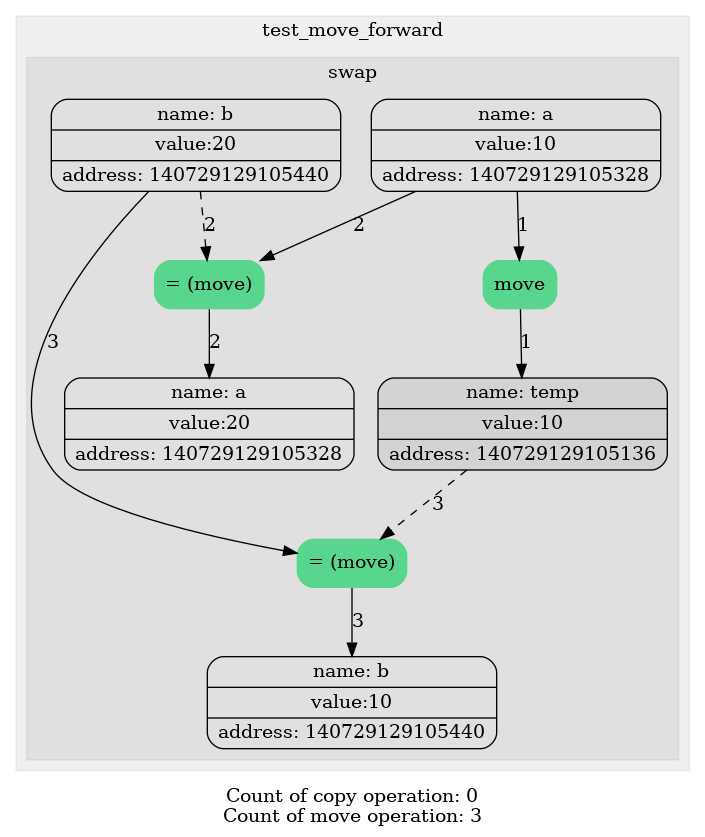
Above: diagrams/move_swap.png in levasemin/Move_Semantic (Graphviz), before the change. Its source is kept beside it as diagrams/move_swap.dot.
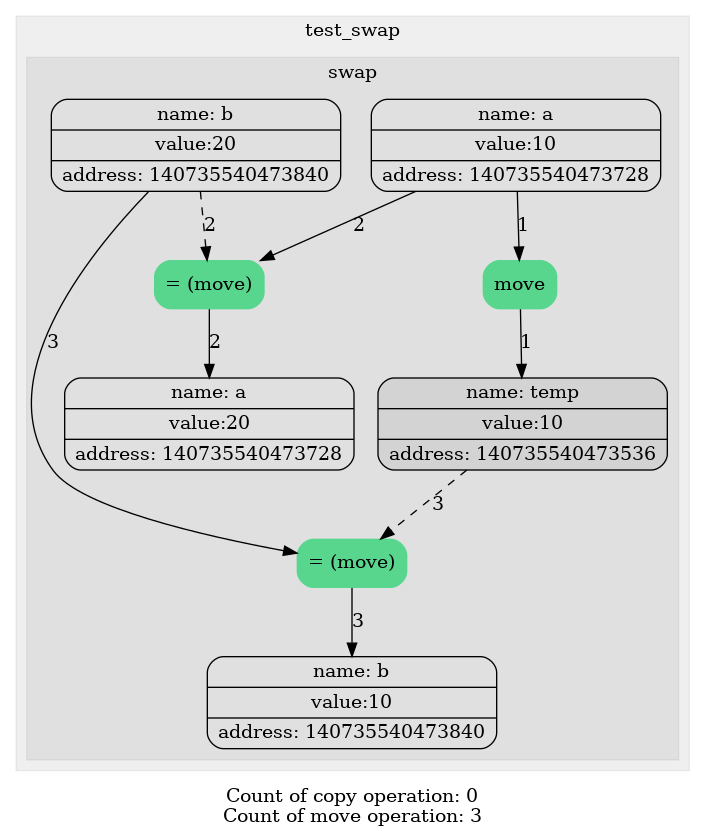
The same file after the commit.

The edit, as a diff of the source:
```diff
@@ -3,31 +3,31 @@
 node[shape=Mrecord];
 
 subgraph "cluster_0" {
-label = test_move_forward;
+label = test_swap;
 style= filled
 color = "#00000010";
-1[label="{ {name: tmp0} | {value:10} | {address: 140729129105328}} " color=""style=""];
-1[label="{ {name: a} | {value:10} | {address: 140729129105328}} " color=""style=""];
-2[label="{ {name: tmp1} | {value:20} | {address: 140729129105440}} " color=""style=""];
-2[label="{ {name: b} | {value:20} | {address: 140729129105440}} " color=""style=""];
+1[label="{ {name: tmp0} | {value:10} | {address: 140735540473728}} " color=""style=""];
+1[label="{ {name: a} | {value:10} | {address: 140735540473728}} " color=""style=""];
+2[label="{ {name: tmp1} | {value:20} | {address: 140735540473840}} " color=""style=""];
+2[label="{ {name: b} | {value:20} | {address: 140735540473840}} " color=""style=""];
 subgraph "cluster_1" {
 label = swap;
 style= filled
 color = "#00000010";
 3[label="move" color = "#58D68D" style = "filled"];
 edge[style = "" color = ""label = "1"]1->3;
-4[label="{ {name: tmp2} | {value:10} | {address: 140729129105136}} " color=""style="filled"];
+4[label="{ {name: tmp2} | {value:10} | {address: 140735540473536}} " color=""style="filled"];
 edge[style = "" color = ""label = "1"]3->4;
-4[label="{ {name: temp} | {value:10} | {address: 140729129105136}} " color=""style="filled"];
+4[label="{ {name: temp} | {value:10} | {address: 140735540473536}} " color=""style="filled"];
 5[label="= (move)" color = "#58D68D" style = "filled"];
 edge[style = "" color = ""label = "2"]1->5;
 edge[style = "dashed" color = ""label = "2"]2->5;
-6[label="{ {name: a} | {value:20} | {address: 140729129105328}} " color=""style=""];
+6[label="{ {name: a} | {value:20} | {address: 140735540473728}} " color=""style=""];
 edge[style = "" color = ""label = "2"]5->6;
 7[label="= (move)" color = "#58D68D" style = "filled"];
 edge[style = "" color = ""label = "3"]2->7;
 edge[style = "dashed" color = ""label = "3"]4->7;
-8[label="{ {name: b} | {value:10} | {address: 140729129105440}} " color=""style=""];
+8[label="{ {name: b} | {value:10} | {address: 140735540473840}} " color=""style=""];
 edge[style = "" color = ""label = "3"]7->8;
 }
 }
```
